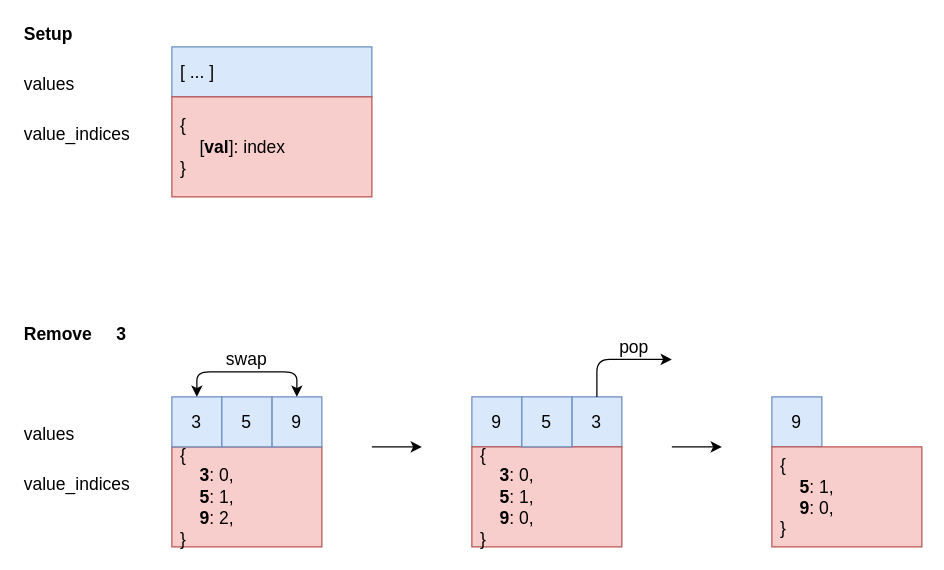
Before: 0380-insert-delete-getrandom-o1.drawio in moredrowsy/leetcode, a draw.io diagram. Source tidied: cells renumbered, new cells numbered last; positions are measured from the earlier drawing's top-left corner, leaving out a move shared by most shapes. Both pictures are drawn from the tidied source at 125%, with x=0, y=0 at pixel (21, 21).
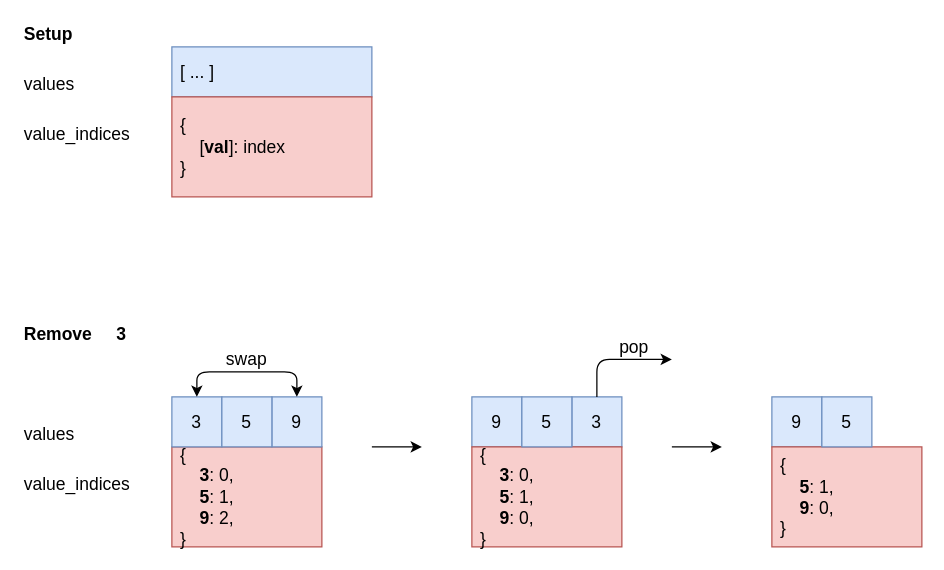
After the change.

Change to the diagram source:
```diff
@@
+    <mxCell id="27" value="5" style="rounded=0;whiteSpace=wrap;html=1;fontSize=14;align=center;verticalAlign=middle;fillColor=#dae8fc;strokeColor=#6c8ebf;" parent="1" vertex="1">
+      <mxGeometry x="640" y="300" width="40" height="40" as="geometry" />
+    </mxCell>
```
